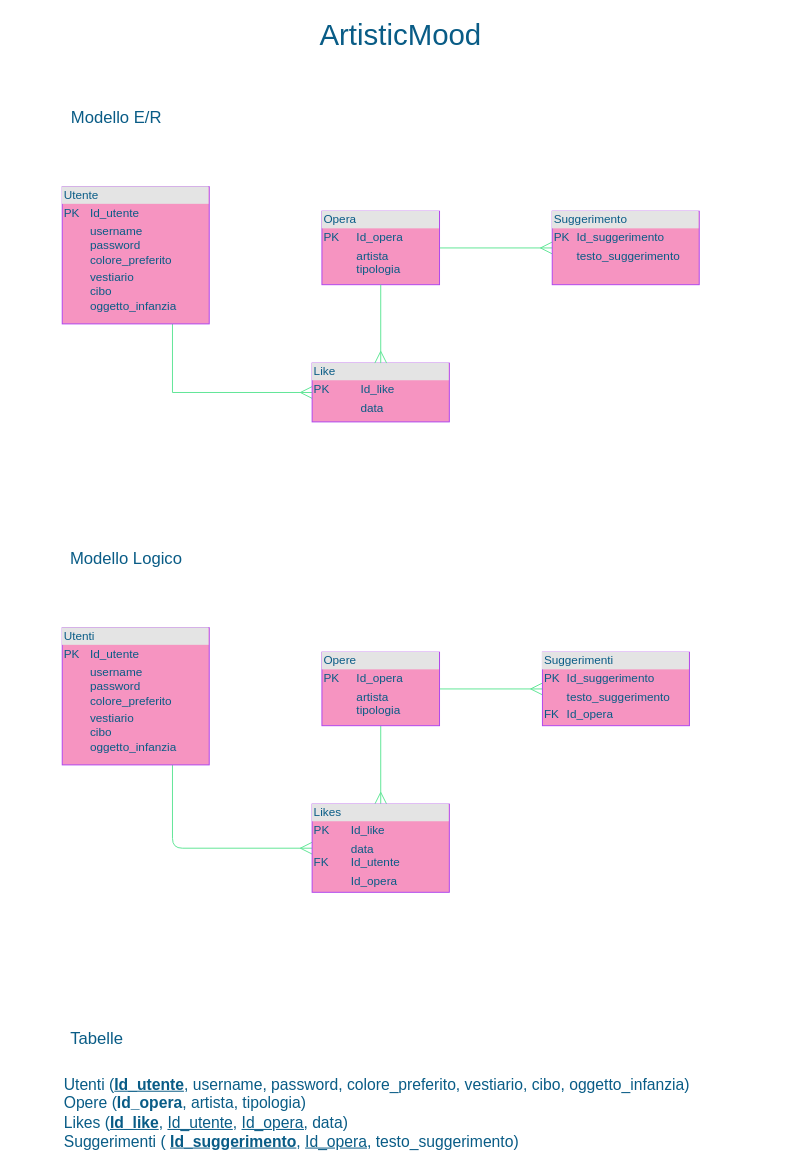
This is ArtisticMood.drawio from ChiaraGismondi02/ArtisticMood, a draw.io file, before an edit. Source tidied: cells renumbered, new cells numbered last; positions are measured from the earlier drawing's top-left corner, leaving out a move shared by most shapes. Both pictures are drawn from the tidied source at 98%, with x=0, y=0 at pixel (62, 20).
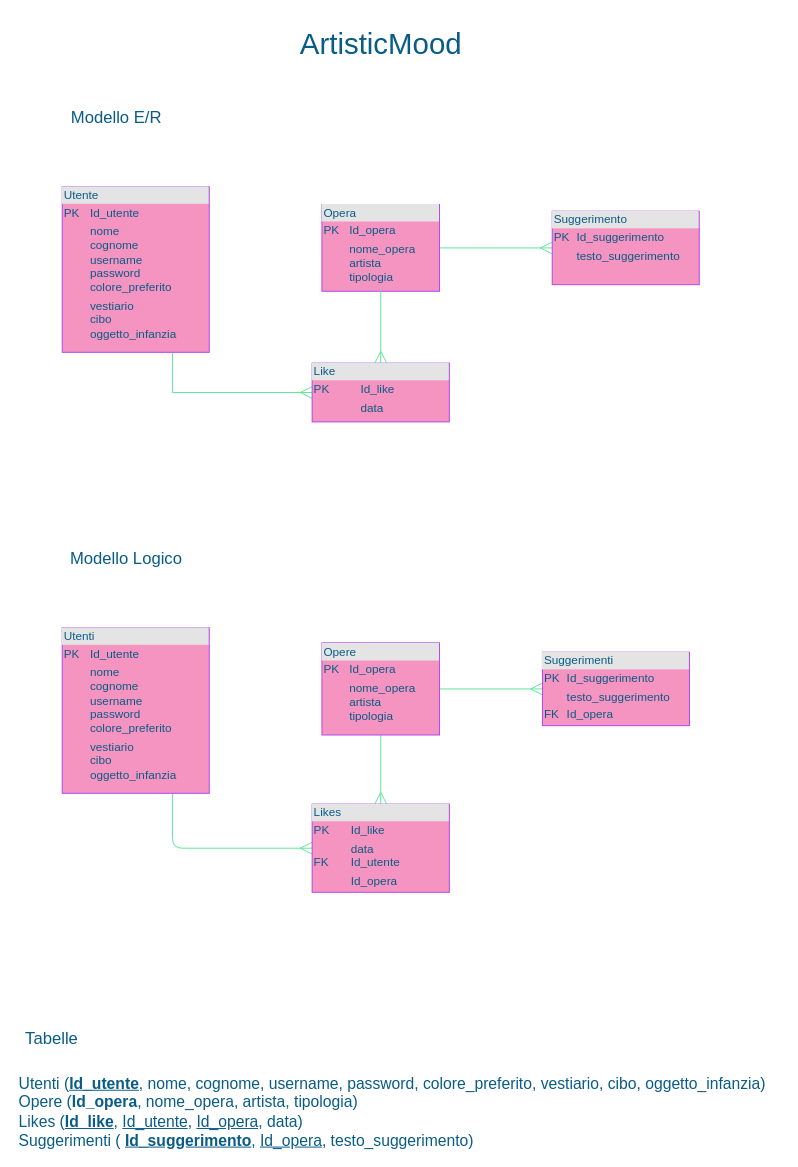
Above is the later version.

The edit, as a diff of the source:
```diff
@@
-    <mxCell id="3" value="&lt;div style=&quot;box-sizing: border-box ; width: 100% ; background: #e4e4e4 ; padding: 2px&quot;&gt;Utente&lt;/div&gt;&lt;table style=&quot;width: 100% ; font-size: 1em&quot; cellpadding=&quot;2&quot; cellspacing=&quot;0&quot;&gt;&lt;tbody&gt;&lt;tr&gt;&lt;td&gt;PK&lt;/td&gt;&lt;td&gt;Id_utente&lt;br&gt;&lt;/td&gt;&lt;/tr&gt;&lt;tr&gt;&lt;td&gt;&lt;br&gt;&lt;/td&gt;&lt;td&gt;username&lt;br&gt;password&lt;br&gt;colore_preferito&lt;/td&gt;&lt;/tr&gt;&lt;tr&gt;&lt;td&gt;&lt;/td&gt;&lt;td&gt;vestiario&lt;br&gt;cibo&lt;br&gt;oggetto_infanzia&lt;br&gt;&lt;/td&gt;&lt;/tr&gt;&lt;/tbody&gt;&lt;/table&gt;" style="verticalAlign=top;align=left;overflow=fill;html=1;fillColor=#F694C1;strokeColor=#AF45ED;fontColor=#095C86;" parent="1" vertex="1">
-      <mxGeometry y="170" width="150" height="140" as="geometry" />
+    <mxCell id="3" value="&lt;div style=&quot;box-sizing: border-box ; width: 100% ; background: #e4e4e4 ; padding: 2px&quot;&gt;Utente&lt;/div&gt;&lt;table style=&quot;width: 100% ; font-size: 1em&quot; cellpadding=&quot;2&quot; cellspacing=&quot;0&quot;&gt;&lt;tbody&gt;&lt;tr&gt;&lt;td&gt;PK&lt;/td&gt;&lt;td&gt;Id_utente&lt;br&gt;&lt;/td&gt;&lt;/tr&gt;&lt;tr&gt;&lt;td&gt;&lt;br&gt;&lt;/td&gt;&lt;td&gt;nome&lt;br&gt;cognome&lt;br&gt;username&lt;br&gt;password&lt;br&gt;colore_preferito&lt;/td&gt;&lt;/tr&gt;&lt;tr&gt;&lt;td&gt;&lt;/td&gt;&lt;td&gt;vestiario&lt;br&gt;cibo&lt;br&gt;oggetto_infanzia&lt;br&gt;&lt;/td&gt;&lt;/tr&gt;&lt;/tbody&gt;&lt;/table&gt;" style="verticalAlign=top;align=left;overflow=fill;html=1;fillColor=#F694C1;strokeColor=#AF45ED;fontColor=#095C86;" parent="1" vertex="1">
+      <mxGeometry y="170" width="150" height="169" as="geometry" />
     </mxCell>
@@
-    <mxCell id="5" value="&lt;div style=&quot;box-sizing: border-box ; width: 100% ; background: #e4e4e4 ; padding: 2px&quot;&gt;Opera&lt;/div&gt;&lt;table style=&quot;width: 100% ; font-size: 1em&quot; cellpadding=&quot;2&quot; cellspacing=&quot;0&quot;&gt;&lt;tbody&gt;&lt;tr&gt;&lt;td&gt;PK&lt;/td&gt;&lt;td&gt;Id_opera&lt;br&gt;&lt;/td&gt;&lt;/tr&gt;&lt;tr&gt;&lt;td&gt;&lt;br&gt;&lt;/td&gt;&lt;td&gt;artista&lt;br&gt;tipologia&lt;/td&gt;&lt;/tr&gt;&lt;tr&gt;&lt;td&gt;&lt;/td&gt;&lt;td&gt;&lt;br&gt;&lt;/td&gt;&lt;/tr&gt;&lt;/tbody&gt;&lt;/table&gt;" style="verticalAlign=top;align=left;overflow=fill;html=1;fillColor=#F694C1;strokeColor=#AF45ED;fontColor=#095C86;" parent="1" vertex="1">
-      <mxGeometry x="265" y="195" width="120" height="75" as="geometry" />
+    <mxCell id="5" value="&lt;div style=&quot;box-sizing: border-box ; width: 100% ; background: #e4e4e4 ; padding: 2px&quot;&gt;Opera&lt;/div&gt;&lt;table style=&quot;width: 100% ; font-size: 1em&quot; cellpadding=&quot;2&quot; cellspacing=&quot;0&quot;&gt;&lt;tbody&gt;&lt;tr&gt;&lt;td&gt;PK&lt;/td&gt;&lt;td&gt;Id_opera&lt;br&gt;&lt;/td&gt;&lt;/tr&gt;&lt;tr&gt;&lt;td&gt;&lt;br&gt;&lt;/td&gt;&lt;td&gt;nome_opera&lt;br&gt;artista&lt;br&gt;tipologia&lt;/td&gt;&lt;/tr&gt;&lt;tr&gt;&lt;td&gt;&lt;/td&gt;&lt;td&gt;&lt;br&gt;&lt;/td&gt;&lt;/tr&gt;&lt;/tbody&gt;&lt;/table&gt;" style="verticalAlign=top;align=left;overflow=fill;html=1;fillColor=#F694C1;strokeColor=#AF45ED;fontColor=#095C86;" parent="1" vertex="1">
+      <mxGeometry x="265" y="188.2" width="120" height="88.5" as="geometry" />
     </mxCell>
@@
     <mxCell id="9" value="&lt;font style=&quot;font-size: 30px&quot;&gt;ArtisticMood&lt;/font&gt;" style="text;html=1;align=center;verticalAlign=middle;fillColor=none;strokeColor=none;rounded=0;sketch=0;fontColor=#095C86;" parent="1" vertex="1">
-      <mxGeometry x="255" width="180" height="30" as="geometry" />
+      <mxGeometry x="235" y="9" width="180" height="30" as="geometry" />
     </mxCell>
@@
-    <mxCell id="12" value="&lt;div style=&quot;box-sizing: border-box ; width: 100% ; background: #e4e4e4 ; padding: 2px&quot;&gt;Utenti&lt;/div&gt;&lt;table style=&quot;width: 100% ; font-size: 1em&quot; cellpadding=&quot;2&quot; cellspacing=&quot;0&quot;&gt;&lt;tbody&gt;&lt;tr&gt;&lt;td&gt;PK&lt;/td&gt;&lt;td&gt;Id_utente&lt;br&gt;&lt;/td&gt;&lt;/tr&gt;&lt;tr&gt;&lt;td&gt;&lt;br&gt;&lt;/td&gt;&lt;td&gt;username&lt;br&gt;password&lt;br&gt;colore_preferito&lt;/td&gt;&lt;/tr&gt;&lt;tr&gt;&lt;td&gt;&lt;/td&gt;&lt;td&gt;vestiario&lt;br&gt;cibo&lt;br&gt;oggetto_infanzia&lt;br&gt;&lt;/td&gt;&lt;/tr&gt;&lt;/tbody&gt;&lt;/table&gt;" style="verticalAlign=top;align=left;overflow=fill;html=1;fillColor=#F694C1;strokeColor=#AF45ED;fontColor=#095C86;" parent="1" vertex="1">
-      <mxGeometry y="620" width="150" height="140" as="geometry" />
+    <mxCell id="12" value="&lt;div style=&quot;box-sizing: border-box ; width: 100% ; background: #e4e4e4 ; padding: 2px&quot;&gt;Utenti&lt;/div&gt;&lt;table style=&quot;width: 100% ; font-size: 1em&quot; cellpadding=&quot;2&quot; cellspacing=&quot;0&quot;&gt;&lt;tbody&gt;&lt;tr&gt;&lt;td&gt;PK&lt;/td&gt;&lt;td&gt;Id_utente&lt;br&gt;&lt;/td&gt;&lt;/tr&gt;&lt;tr&gt;&lt;td&gt;&lt;br&gt;&lt;/td&gt;&lt;td&gt;nome&lt;br&gt;cognome&lt;br&gt;username&lt;br&gt;password&lt;br&gt;colore_preferito&lt;/td&gt;&lt;/tr&gt;&lt;tr&gt;&lt;td&gt;&lt;/td&gt;&lt;td&gt;vestiario&lt;br&gt;cibo&lt;br&gt;oggetto_infanzia&lt;br&gt;&lt;/td&gt;&lt;/tr&gt;&lt;/tbody&gt;&lt;/table&gt;" style="verticalAlign=top;align=left;overflow=fill;html=1;fillColor=#F694C1;strokeColor=#AF45ED;fontColor=#095C86;" parent="1" vertex="1">
+      <mxGeometry y="620" width="150" height="169" as="geometry" />
     </mxCell>
@@
-    <mxCell id="15" value="&lt;div style=&quot;box-sizing: border-box ; width: 100% ; background: #e4e4e4 ; padding: 2px&quot;&gt;Opere&lt;/div&gt;&lt;table style=&quot;width: 100% ; font-size: 1em&quot; cellpadding=&quot;2&quot; cellspacing=&quot;0&quot;&gt;&lt;tbody&gt;&lt;tr&gt;&lt;td&gt;PK&lt;/td&gt;&lt;td&gt;Id_opera&lt;/td&gt;&lt;/tr&gt;&lt;tr&gt;&lt;td&gt;&lt;br&gt;&lt;/td&gt;&lt;td&gt;artista&lt;br&gt;tipologia&lt;/td&gt;&lt;/tr&gt;&lt;tr&gt;&lt;td&gt;&lt;br&gt;&lt;/td&gt;&lt;td&gt;&lt;br&gt;&lt;/td&gt;&lt;/tr&gt;&lt;/tbody&gt;&lt;/table&gt;" style="verticalAlign=top;align=left;overflow=fill;html=1;fillColor=#F694C1;strokeColor=#AF45ED;fontColor=#095C86;" parent="1" vertex="1">
-      <mxGeometry x="265" y="645" width="120" height="75" as="geometry" />
+    <mxCell id="15" value="&lt;div style=&quot;box-sizing: border-box ; width: 100% ; background: #e4e4e4 ; padding: 2px&quot;&gt;Opere&lt;/div&gt;&lt;table style=&quot;width: 100% ; font-size: 1em&quot; cellpadding=&quot;2&quot; cellspacing=&quot;0&quot;&gt;&lt;tbody&gt;&lt;tr&gt;&lt;td&gt;PK&lt;/td&gt;&lt;td&gt;Id_opera&lt;/td&gt;&lt;/tr&gt;&lt;tr&gt;&lt;td&gt;&lt;br&gt;&lt;/td&gt;&lt;td&gt;nome_opera&lt;br&gt;artista&lt;br&gt;tipologia&lt;/td&gt;&lt;/tr&gt;&lt;tr&gt;&lt;td&gt;&lt;br&gt;&lt;/td&gt;&lt;td&gt;&lt;br&gt;&lt;/td&gt;&lt;/tr&gt;&lt;/tbody&gt;&lt;/table&gt;" style="verticalAlign=top;align=left;overflow=fill;html=1;fillColor=#F694C1;strokeColor=#AF45ED;fontColor=#095C86;" parent="1" vertex="1">
+      <mxGeometry x="265" y="635.5" width="120" height="94" as="geometry" />
     </mxCell>
@@
     <mxCell id="17" value="&lt;span style=&quot;font-size: 17px&quot;&gt;Tabelle&lt;/span&gt;" style="text;html=1;align=center;verticalAlign=middle;fillColor=none;strokeColor=none;rounded=0;sketch=0;fontColor=#095C86;" parent="1" vertex="1">
-      <mxGeometry y="1030" width="70" height="20" as="geometry" />
+      <mxGeometry x="-46" y="1030" width="70" height="20" as="geometry" />
     </mxCell>
-    <mxCell id="18" value="&lt;font style=&quot;font-size: 16px&quot;&gt;Utenti (&lt;u&gt;&lt;b&gt;Id_utente&lt;/b&gt;&lt;/u&gt;, username, password, colore_preferito, vestiario, cibo, oggetto_infanzia)&lt;br&gt;Opere (&lt;b&gt;Id_opera&lt;/b&gt;, artista, tipologia)&lt;br&gt;Likes (&lt;u&gt;&lt;b&gt;Id_like&lt;/b&gt;&lt;/u&gt;, &lt;u&gt;Id_utente&lt;/u&gt;, &lt;u&gt;Id_opera,&lt;/u&gt; data)&lt;br&gt;Suggerimenti ( &lt;u&gt;&lt;b&gt;Id_suggerimento&lt;/b&gt;&lt;/u&gt;, &lt;u&gt;Id_opera&lt;/u&gt;, testo_suggerimento)&lt;/font&gt;" style="text;html=1;align=left;verticalAlign=middle;fillColor=none;strokeColor=none;rounded=0;sketch=0;fontColor=#095C86;" parent="1" vertex="1">
-      <mxGeometry y="1080" width="650" height="70" as="geometry" />
+    <mxCell id="18" value="&lt;font style=&quot;font-size: 16px&quot;&gt;Utenti (&lt;u&gt;&lt;b&gt;Id_utente&lt;/b&gt;&lt;/u&gt;, nome, cognome, username, password, colore_preferito, vestiario, cibo, oggetto_infanzia)&lt;br&gt;Opere (&lt;b&gt;Id_opera&lt;/b&gt;, nome_opera, artista, tipologia)&lt;br&gt;Likes (&lt;u&gt;&lt;b&gt;Id_like&lt;/b&gt;&lt;/u&gt;, &lt;u&gt;Id_utente&lt;/u&gt;, &lt;u&gt;Id_opera,&lt;/u&gt; data)&lt;br&gt;Suggerimenti ( &lt;u&gt;&lt;b&gt;Id_suggerimento&lt;/b&gt;&lt;/u&gt;, &lt;u&gt;Id_opera&lt;/u&gt;, testo_suggerimento)&lt;/font&gt;" style="text;html=1;align=left;verticalAlign=middle;fillColor=none;strokeColor=none;rounded=0;sketch=0;fontColor=#095C86;" parent="1" vertex="1">
+      <mxGeometry x="-46" y="1079" width="780" height="70" as="geometry" />
     </mxCell>
```
